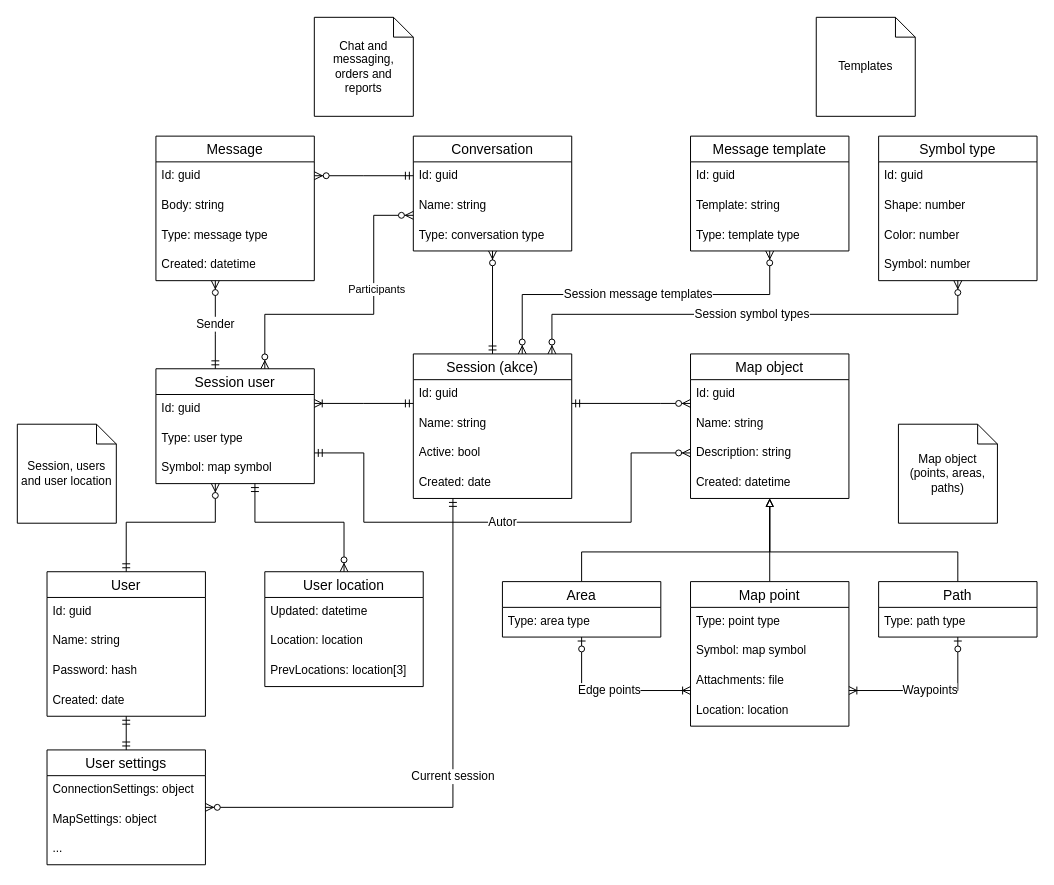
This is doc/design/domain_model.drawio from Revarin/dp24-milapp-perina, a draw.io file, before an edit. Source tidied: cells renumbered, new cells numbered last; positions are measured from the earlier drawing's top-left corner, leaving out a move shared by most shapes. Both pictures are drawn from the tidied source at 99%, with x=0, y=0 at pixel (17, 17).
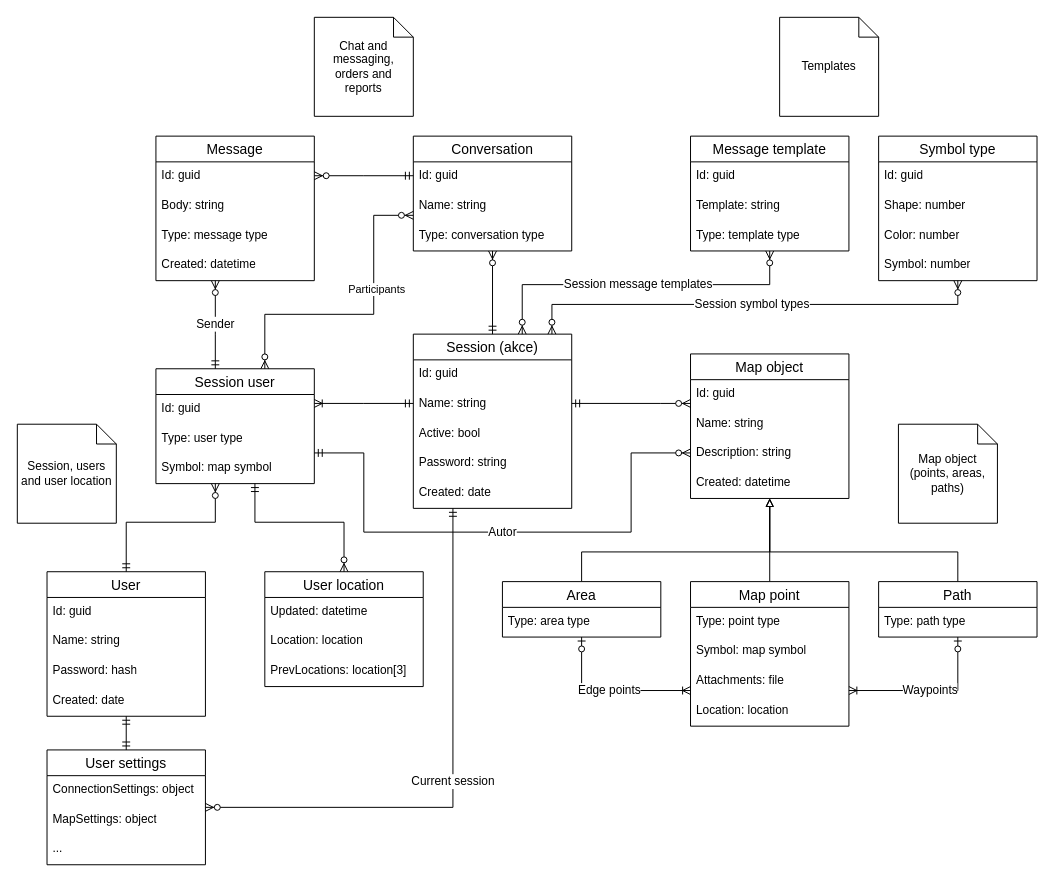
The same page after the edit.

The change refers to these unchanged cells:
```xml
<mxCell id="12" value="Session user" style="swimlane;fontStyle=0;horizontal=1;startSize=26;align=center;fontSize=14;" parent="1" vertex="1">
  <mxGeometry x="140" y="355" width="160" height="116" as="geometry" />
</mxCell>
<mxCell id="56" value="Map object" style="swimlane;fontStyle=0;horizontal=1;startSize=26;align=center;fontSize=14;" parent="1" vertex="1">
  <mxGeometry x="680" y="340" width="160" height="146" as="geometry" />
</mxCell>
<mxCell id="66" value="Message template" style="swimlane;fontStyle=0;horizontal=1;startSize=26;align=center;fontSize=14;" parent="1" vertex="1">
  <mxGeometry x="680" y="120" width="160" height="116" as="geometry" />
</mxCell>
<mxCell id="70" value="Symbol type" style="swimlane;fontStyle=0;horizontal=1;startSize=26;align=center;fontSize=14;" parent="1" vertex="1">
  <mxGeometry x="870" y="120" width="160" height="146" as="geometry" />
</mxCell>
```

What changed in the source:
```diff
@@
     <mxCell id="2" value="Session (akce)" style="swimlane;fontStyle=0;horizontal=1;startSize=26;align=center;fontSize=14;" parent="1" vertex="1">
-      <mxGeometry x="400" y="340" width="160" height="146" as="geometry" />
+      <mxGeometry x="400" y="320" width="160" height="176" as="geometry" />
     </mxCell>
@@
+    <mxCell id="79" value="Password: string" style="text;strokeColor=none;fillColor=none;spacingLeft=4;spacingRight=4;overflow=hidden;fontSize=12;whiteSpace=wrap;html=1;" parent="2" vertex="1">
+      <mxGeometry y="116" width="160" height="30" as="geometry" />
+    </mxCell>
     <mxCell id="6" value="Created: date" style="text;strokeColor=none;fillColor=none;spacingLeft=4;spacingRight=4;overflow=hidden;fontSize=12;whiteSpace=wrap;html=1;" parent="2" vertex="1">
-      <mxGeometry y="116" width="160" height="30" as="geometry" />
+      <mxGeometry y="146" width="160" height="30" as="geometry" />
     </mxCell>
@@
     <mxCell id="62" value="Autor" style="edgeStyle=orthogonalEdgeStyle;fontSize=12;html=1;endArrow=ERzeroToMany;startArrow=ERmandOne;rounded=0;" parent="1" edge="1" source="12" target="56">
       <mxGeometry relative="1" as="geometry">
         <Array as="points">
           <mxPoint x="350" y="440" />
-          <mxPoint x="350" y="510" />
-          <mxPoint x="620" y="510" />
+          <mxPoint x="350" y="520" />
+          <mxPoint x="620" y="520" />
           <mxPoint x="620" y="440" />
         </Array>
       </mxGeometry>
     </mxCell>
@@
     <mxCell id="75" value="Session message templates" style="edgeStyle=orthogonalEdgeStyle;fontSize=12;html=1;endArrow=ERzeroToMany;endFill=1;startArrow=ERzeroToMany;rounded=0;" parent="1" edge="1" source="2" target="66">
       <mxGeometry relative="1" as="geometry">
         <Array as="points">
-          <mxPoint x="510" y="280" />
-          <mxPoint x="760" y="280" />
+          <mxPoint x="510" y="270" />
+          <mxPoint x="760" y="270" />
         </Array>
       </mxGeometry>
     </mxCell>
     <mxCell id="76" value="Session symbol types" style="edgeStyle=orthogonalEdgeStyle;fontSize=12;html=1;endArrow=ERzeroToMany;endFill=1;startArrow=ERzeroToMany;rounded=0;" parent="1" edge="1" source="2" target="70">
       <mxGeometry relative="1" as="geometry">
         <Array as="points">
-          <mxPoint x="540" y="300" />
-          <mxPoint x="950" y="300" />
+          <mxPoint x="540" y="290" />
+          <mxPoint x="950" y="290" />
         </Array>
       </mxGeometry>
     </mxCell>
     <mxCell id="77" value="Templates" style="shape=note;size=20;whiteSpace=wrap;html=1;" parent="1" vertex="1">
-      <mxGeometry x="807" width="100" height="100" as="geometry" />
+      <mxGeometry x="770" width="100" height="100" as="geometry" />
     </mxCell>
```
